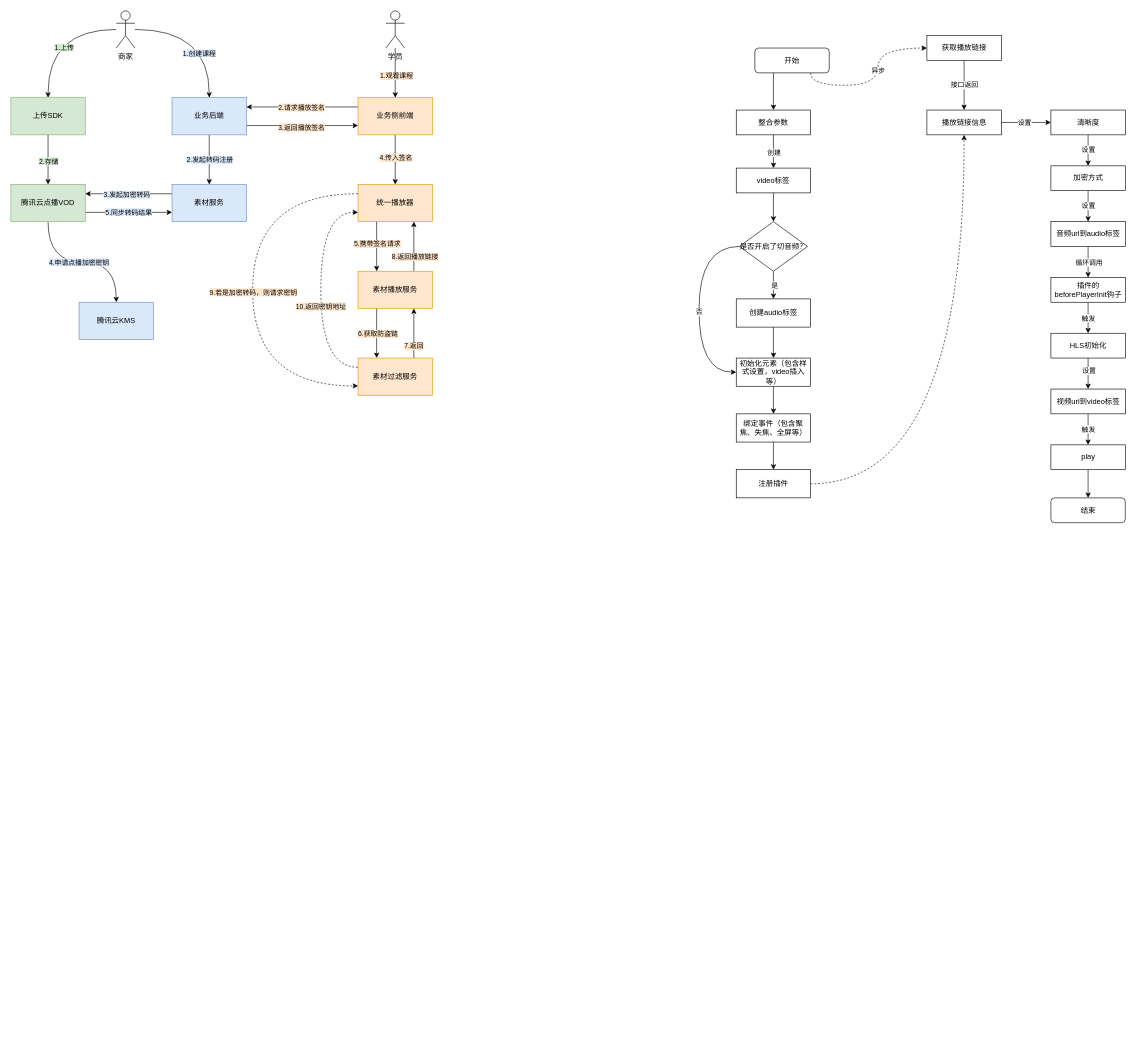
The draw.io diagram page "统一播放器" (3 of 3) of work.drawio in DillionZ/self-drawio, before the edit. Source tidied: cells renumbered, new cells numbered last; positions are measured from the earlier drawing's top-left corner, leaving out a move shared by most shapes. Both pictures are drawn from the tidied source at 62%, with x=0, y=0 at pixel (11, 11).
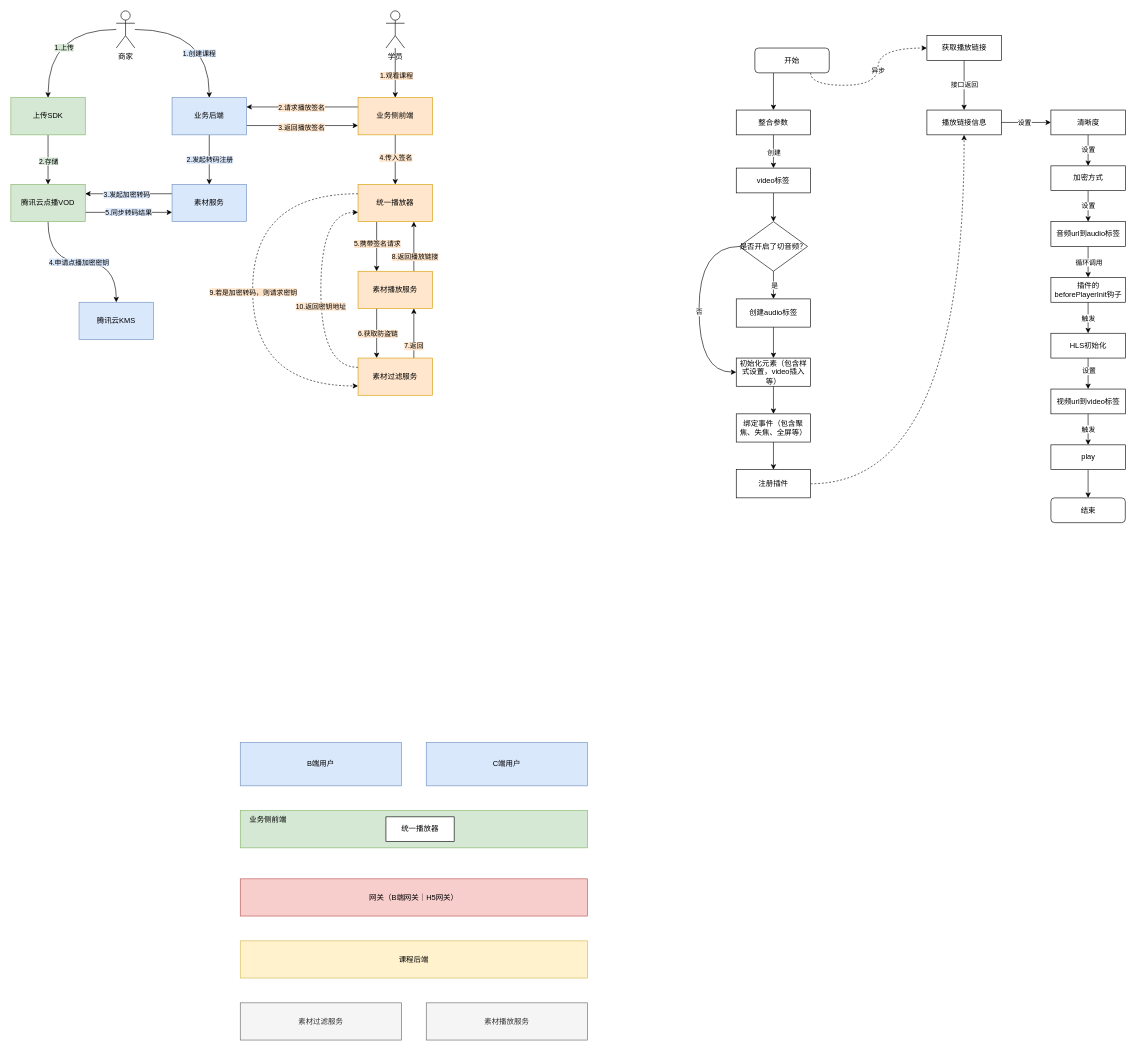
The same diagram, later.

Change to the diagram source:
```diff
@@
+    <mxCell id="94" value="B端用户" style="rounded=0;whiteSpace=wrap;html=1;fillColor=#dae8fc;strokeColor=#6c8ebf;" parent="1" vertex="1">
+      <mxGeometry x="370" y="1180" width="260" height="70" as="geometry" />
+    </mxCell>
+    <mxCell id="95" value="C端用户" style="rounded=0;whiteSpace=wrap;html=1;fillColor=#dae8fc;strokeColor=#6c8ebf;" parent="1" vertex="1">
+      <mxGeometry x="670" y="1180" width="260" height="70" as="geometry" />
+    </mxCell>
+    <mxCell id="96" style="rounded=0;whiteSpace=wrap;html=1;fillColor=#d5e8d4;strokeColor=#82b366;" parent="1" vertex="1">
+      <mxGeometry x="370" y="1290" width="560" height="60" as="geometry" />
+    </mxCell>
+    <mxCell id="97" value="网关（B端网关｜H5网关）" style="rounded=0;whiteSpace=wrap;html=1;fillColor=#f8cecc;strokeColor=#b85450;" parent="1" vertex="1">
+      <mxGeometry x="370" y="1400" width="560" height="60" as="geometry" />
+    </mxCell>
+    <mxCell id="98" value="课程后端" style="rounded=0;whiteSpace=wrap;html=1;fillColor=#fff2cc;strokeColor=#d6b656;" parent="1" vertex="1">
+      <mxGeometry x="370" y="1500" width="560" height="60" as="geometry" />
+    </mxCell>
+    <mxCell id="99" value="素材过滤服务" style="rounded=0;whiteSpace=wrap;html=1;fillColor=#f5f5f5;fontColor=#333333;strokeColor=#666666;" parent="1" vertex="1">
+      <mxGeometry x="370" y="1600" width="260" height="60" as="geometry" />
+    </mxCell>
+    <mxCell id="100" value="素材播放服务" style="rounded=0;whiteSpace=wrap;html=1;fillColor=#f5f5f5;fontColor=#333333;strokeColor=#666666;" parent="1" vertex="1">
+      <mxGeometry x="670" y="1600" width="260" height="60" as="geometry" />
+    </mxCell>
+    <mxCell id="101" value="统一播放器" style="rounded=0;whiteSpace=wrap;html=1;" parent="1" vertex="1">
+      <mxGeometry x="605" y="1300" width="110" height="40" as="geometry" />
+    </mxCell>
+    <mxCell id="102" value="业务侧前端" style="text;html=1;align=center;verticalAlign=middle;whiteSpace=wrap;rounded=0;" parent="1" vertex="1">
+      <mxGeometry x="370" y="1290" width="90" height="30" as="geometry" />
+    </mxCell>
```
